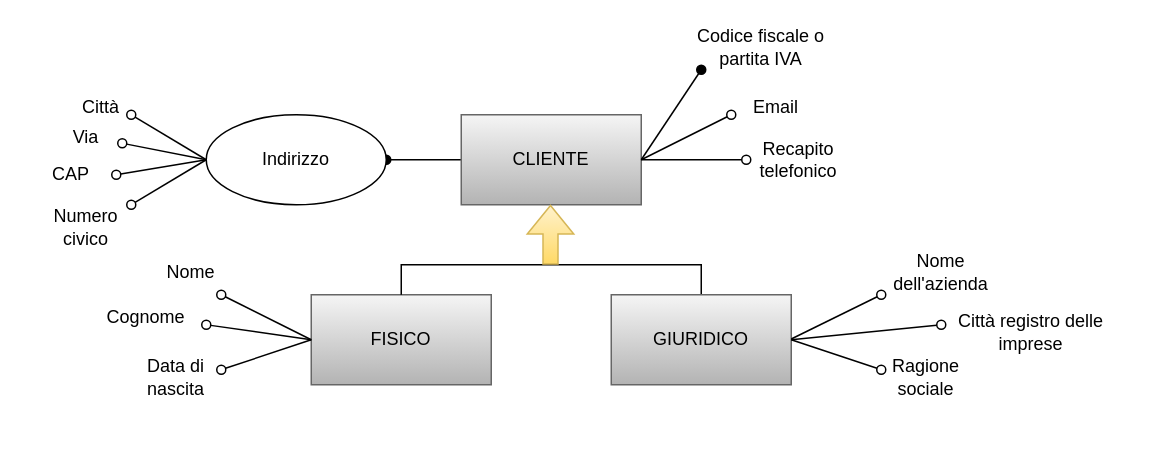
Earlier version of the draw.io diagram DiagrammaER_Cliente.drawio (AndreaCiv/BasiDiDati). Source tidied: cells renumbered, new cells numbered last; positions are measured from the earlier drawing's top-left corner, leaving out a move shared by most shapes. Both pictures are drawn from the tidied source at 150%, with x=0, y=0 at pixel (26, 39).
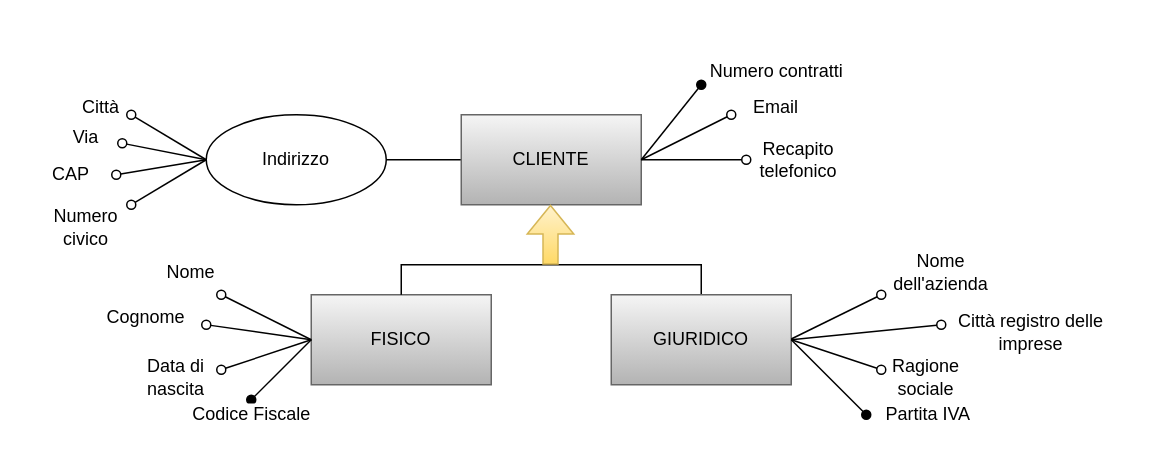
After the change.

Commit message (it also covers changes not shown here):
modifica contratto e cliente

eliminazione attributo compenso totale e aggiunta attributo numero contratti

The change refers to these unchanged cells:
```xml
<mxCell id="3" value="CLIENTE" style="rounded=0;whiteSpace=wrap;html=1;fillColor=#f5f5f5;gradientColor=#b3b3b3;strokeColor=#666666;" parent="1" vertex="1">
  <mxGeometry x="290" y="50" width="120" height="60" as="geometry" />
</mxCell>
<mxCell id="6" value="GIURIDICO" style="rounded=0;whiteSpace=wrap;html=1;fillColor=#f5f5f5;gradientColor=#b3b3b3;strokeColor=#666666;" parent="1" vertex="1">
  <mxGeometry x="390" y="170" width="120" height="60" as="geometry" />
</mxCell>
<mxCell id="22" value="Indirizzo" style="ellipse;whiteSpace=wrap;html=1;rounded=0;" parent="1" vertex="1">
  <mxGeometry x="120" y="50" width="120" height="60" as="geometry" />
</mxCell>
```

Diff of the diagram source:
```diff
@@
-    <mxCell id="2" style="edgeStyle=orthogonalEdgeStyle;rounded=0;jettySize=auto;html=1;endArrow=oval;endFill=1;" parent="1" edge="1" source="3" target="22">
+    <mxCell id="2" style="edgeStyle=orthogonalEdgeStyle;rounded=0;jettySize=auto;html=1;endArrow=none;endFill=0;" parent="1" edge="1" source="3" target="22">
       <mxGeometry relative="1" as="geometry" />
     </mxCell>
@@
-    <mxCell id="8" style="endArrow=oval;html=1;rounded=0;endFill=1;" parent="1" edge="1">
-      <mxGeometry relative="1" as="geometry">
-        <mxPoint x="410" y="80" as="sourcePoint" />
-        <mxPoint x="450" y="20" as="targetPoint" />
-      </mxGeometry>
-    </mxCell>
@@
-    <mxCell id="10" value="Codice fiscale o partita IVA" style="text;html=1;strokeColor=none;fillColor=none;align=center;verticalAlign=middle;whiteSpace=wrap;rounded=0;" parent="1" vertex="1">
-      <mxGeometry x="430" width="120" height="10" as="geometry" />
-    </mxCell>
@@
+    <mxCell id="35" style="endArrow=oval;html=1;rounded=0;endFill=1;" parent="1" edge="1">
+      <mxGeometry relative="1" as="geometry">
+        <mxPoint x="190" y="200" as="sourcePoint" />
+        <mxPoint x="150" y="240" as="targetPoint" />
+      </mxGeometry>
+    </mxCell>
+    <mxCell id="36" value="&lt;font style=&quot;font-size: 12px&quot;&gt;Codice Fiscale&lt;/font&gt;" style="edgeLabel;html=1;align=center;verticalAlign=middle;" parent="35" vertex="1">
+      <mxGeometry x="0.28" y="-1" relative="1" as="geometry">
+        <mxPoint x="-14" y="25" as="offset" />
+      </mxGeometry>
+    </mxCell>
+    <mxCell id="37" style="endArrow=oval;html=1;rounded=0;endFill=1;exitX=1;exitY=0.5;exitDx=0;exitDy=0;" parent="1" edge="1" source="6">
+      <mxGeometry relative="1" as="geometry">
+        <mxPoint x="560" y="250" as="targetPoint" />
+      </mxGeometry>
+    </mxCell>
+    <mxCell id="38" value="Partita IVA" style="edgeLabel;html=1;align=center;verticalAlign=middle;fontSize=12;" parent="37" vertex="1">
+      <mxGeometry x="-0.28" y="1" relative="1" as="geometry">
+        <mxPoint x="72" y="33" as="offset" />
+      </mxGeometry>
+    </mxCell>
+    <mxCell id="39" style="endArrow=oval;html=1;rounded=0;endFill=1;" parent="1" edge="1">
+      <mxGeometry relative="1" as="geometry">
+        <mxPoint x="410" y="80" as="sourcePoint" />
+        <mxPoint x="450" y="30" as="targetPoint" />
+      </mxGeometry>
+    </mxCell>
+    <mxCell id="40" value="Numero contratti" style="edgeLabel;html=1;align=center;verticalAlign=middle;fontSize=12;" parent="39" vertex="1">
+      <mxGeometry x="0.38" y="1" relative="1" as="geometry">
+        <mxPoint x="63" y="-25" as="offset" />
+      </mxGeometry>
+    </mxCell>
```
